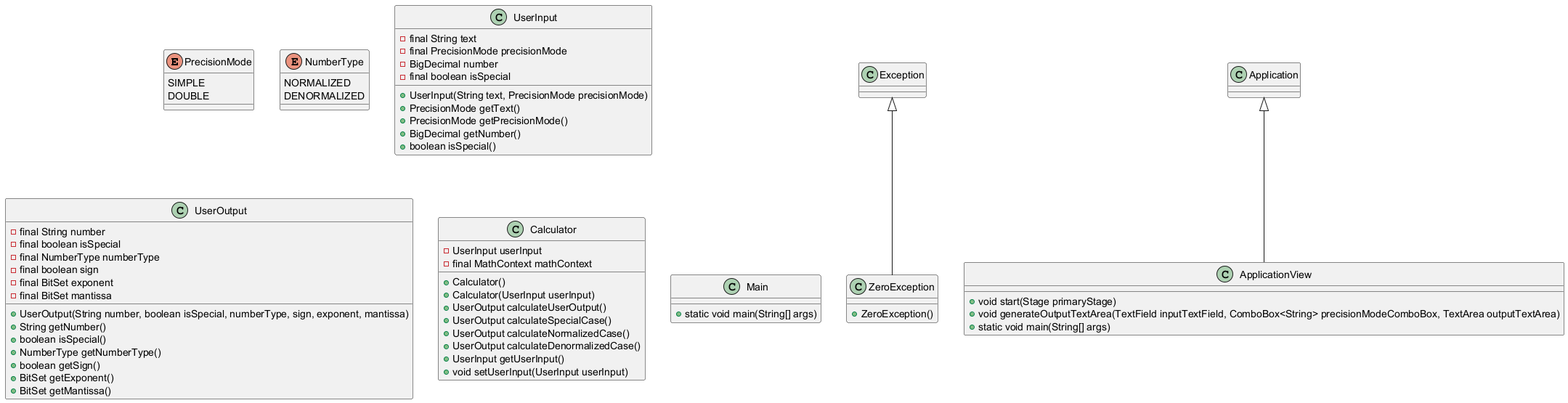
This is src/main/resources/uml.png from Jiuso1/easyP754, a PlantUML export, as it was before one commit.
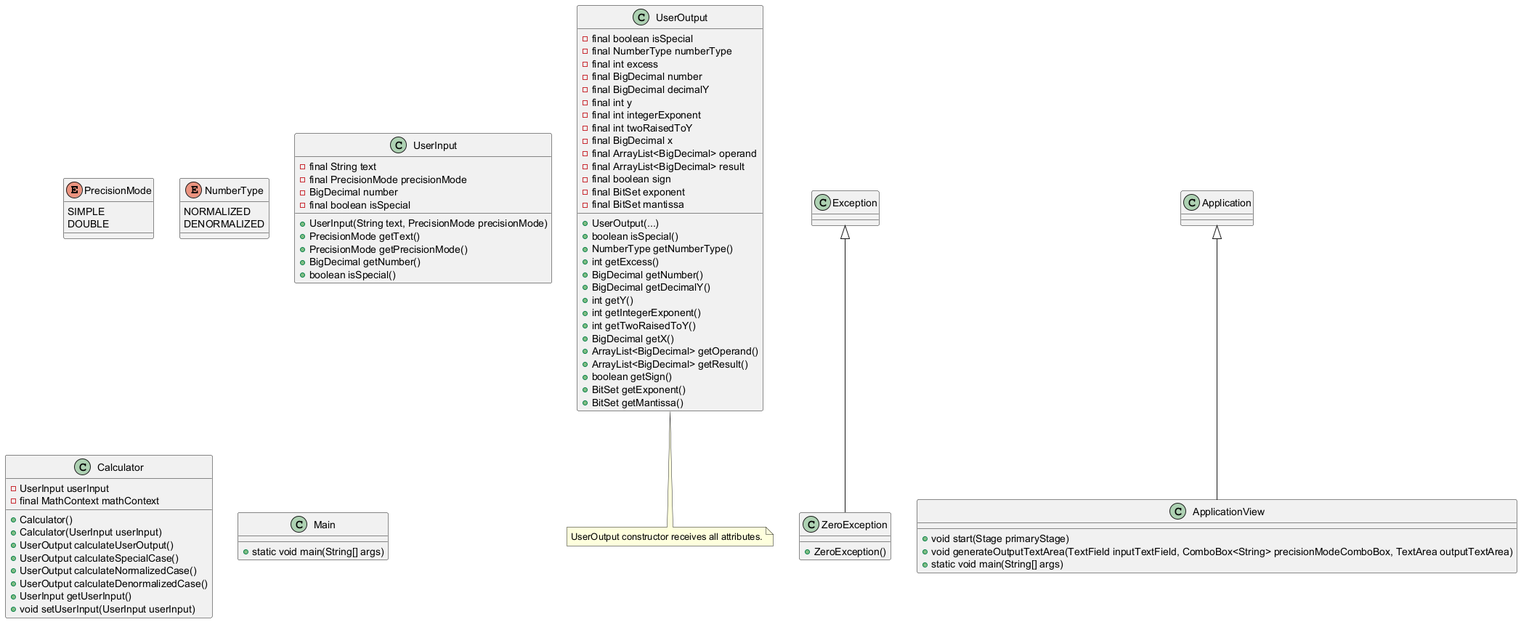
After the change.

What changed in the source:
```diff
@@ -22,20 +22,38 @@
 }
 
 class UserOutput {
-    - final String number
     - final boolean isSpecial
     - final NumberType numberType
+    - final int excess
+    - final BigDecimal number
+    - final BigDecimal decimalY
+    - final int y
+    - final int integerExponent
+    - final int twoRaisedToY
+    - final BigDecimal x
+    - final ArrayList<BigDecimal> operand
+    - final ArrayList<BigDecimal> result
     - final boolean sign
     - final BitSet exponent
     - final BitSet mantissa
-    + UserOutput(String number, boolean isSpecial, numberType, sign, exponent, mantissa)
-    + String getNumber()
+    + UserOutput(...)
     + boolean isSpecial()
     + NumberType getNumberType()
+    + int getExcess()
+    + BigDecimal getNumber()
+    + BigDecimal getDecimalY()
+    + int getY()
+    + int getIntegerExponent()
+    + int getTwoRaisedToY()
+    + BigDecimal getX()
+    + ArrayList<BigDecimal> getOperand()
+    + ArrayList<BigDecimal> getResult()
     + boolean getSign()
     + BitSet getExponent()
     + BitSet getMantissa()
 }
+
+note bottom of UserOutput : UserOutput constructor receives all attributes.
 
 class Calculator {
     - UserInput userInput
```
